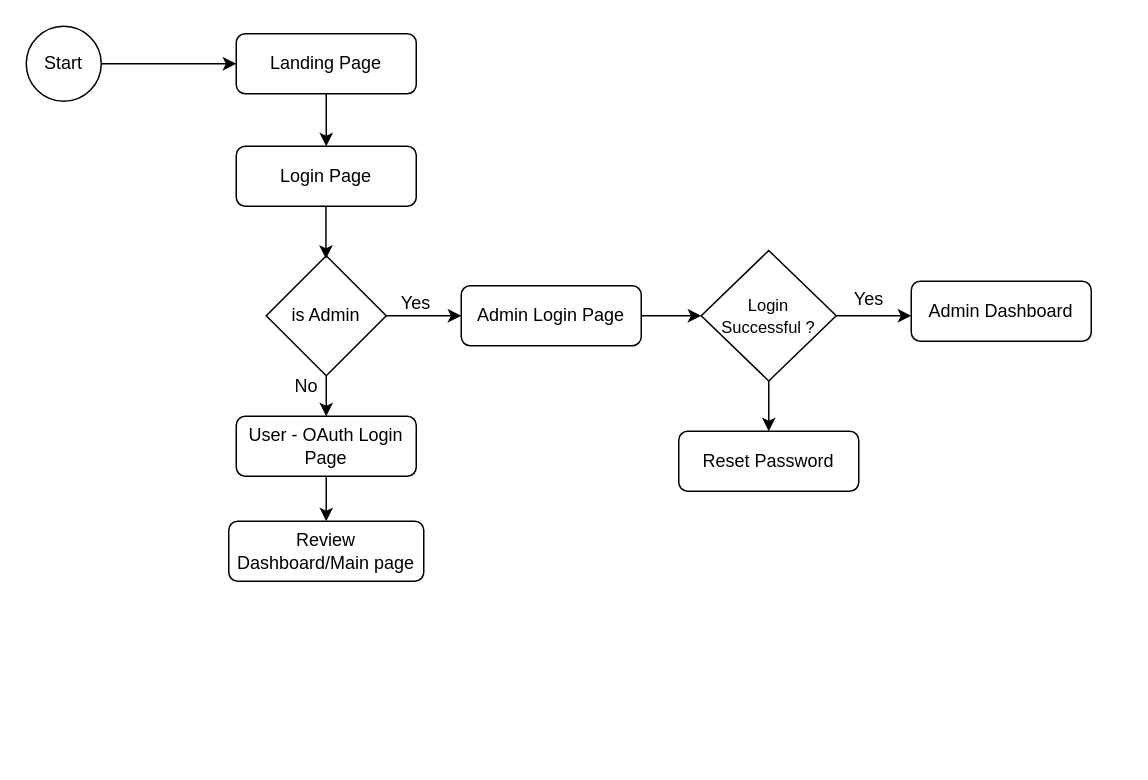
The draw.io diagram reeview-Process-modeling.drawio in aashu-kattel/Sys.-Analysis-Design, before the edit. Source tidied: cells renumbered, new cells numbered last; positions are measured from the earlier drawing's top-left corner, leaving out a move shared by most shapes. Both pictures are drawn from the tidied source at 150%, with x=0, y=0 at pixel (26, 26).
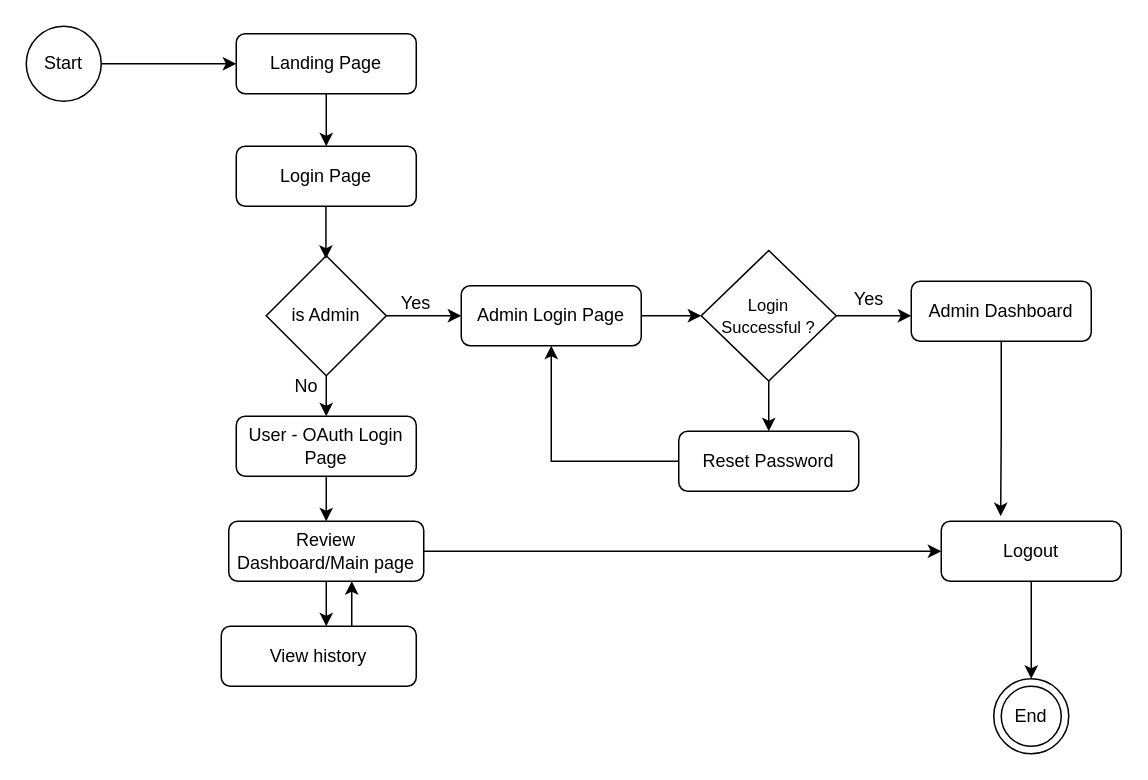
The same diagram, later.

The change refers to these unchanged cells:
```xml
<mxCell id="12" value="Admin Login Page" style="rounded=1;whiteSpace=wrap;html=1;fillColor=none;" parent="1" vertex="1">
  <mxGeometry x="290" y="173" width="120" height="40" as="geometry" />
</mxCell>
<mxCell id="16" value="Review Dashboard/Main page" style="rounded=1;whiteSpace=wrap;html=1;fillColor=none;" parent="1" vertex="1">
  <mxGeometry x="135" y="330" width="130" height="40" as="geometry" />
</mxCell>
<mxCell id="18" value="Admin Dashboard" style="rounded=1;whiteSpace=wrap;html=1;fillColor=none;" parent="1" vertex="1">
  <mxGeometry x="590" y="170" width="120" height="40" as="geometry" />
</mxCell>
<mxCell id="23" value="Reset Password" style="rounded=1;whiteSpace=wrap;html=1;fillColor=none;" parent="1" vertex="1">
  <mxGeometry x="435" y="270" width="120" height="40" as="geometry" />
</mxCell>
```

The edit, as a diff of the source:
```diff
@@
+    <mxCell id="24" style="edgeStyle=orthogonalEdgeStyle;rounded=0;jettySize=auto;html=1;exitX=0.5;exitY=1;exitDx=0;exitDy=0;" parent="1" edge="1" source="16">
+      <mxGeometry relative="1" as="geometry">
+        <mxPoint x="200" y="400" as="targetPoint" />
+        <Array as="points">
+          <mxPoint x="200" y="390" />
+          <mxPoint x="200" y="390" />
+        </Array>
+      </mxGeometry>
+    </mxCell>
+    <mxCell id="25" style="edgeStyle=orthogonalEdgeStyle;rounded=0;jettySize=auto;html=1;" parent="1" edge="1" source="16">
+      <mxGeometry relative="1" as="geometry">
+        <mxPoint x="610" y="350" as="targetPoint" />
+      </mxGeometry>
+    </mxCell>
@@
+    <mxCell id="26" style="edgeStyle=orthogonalEdgeStyle;rounded=0;jettySize=auto;html=1;entryX=0.33;entryY=-0.085;entryDx=0;entryDy=0;entryPerimeter=0;" parent="1" edge="1" source="18" target="31">
+      <mxGeometry relative="1" as="geometry" />
+    </mxCell>
@@
+    <mxCell id="27" style="edgeStyle=orthogonalEdgeStyle;rounded=0;jettySize=auto;html=1;entryX=0.5;entryY=1;entryDx=0;entryDy=0;" parent="1" edge="1" source="23" target="12">
+      <mxGeometry relative="1" as="geometry">
+        <Array as="points">
+          <mxPoint x="350" y="290" />
+        </Array>
+      </mxGeometry>
+    </mxCell>
@@
+    <mxCell id="28" value="View history" style="rounded=1;whiteSpace=wrap;html=1;fillColor=none;" parent="1" vertex="1">
+      <mxGeometry x="130" y="400" width="130" height="40" as="geometry" />
+    </mxCell>
+    <mxCell id="29" style="edgeStyle=orthogonalEdgeStyle;rounded=0;orthogonalLoop=1;jettySize=auto;html=1;exitX=0.5;exitY=1;exitDx=0;exitDy=0;" parent="1" edge="1">
+      <mxGeometry relative="1" as="geometry">
+        <mxPoint x="217" y="400" as="sourcePoint" />
+        <mxPoint x="217" y="370" as="targetPoint" />
+      </mxGeometry>
+    </mxCell>
+    <mxCell id="30" style="edgeStyle=orthogonalEdgeStyle;rounded=0;jettySize=auto;html=1;entryX=0.5;entryY=0;entryDx=0;entryDy=0;" parent="1" edge="1" source="31" target="32">
+      <mxGeometry relative="1" as="geometry" />
+    </mxCell>
+    <mxCell id="31" value="Logout" style="rounded=1;whiteSpace=wrap;html=1;fillColor=none;" parent="1" vertex="1">
+      <mxGeometry x="610" y="330" width="120" height="40" as="geometry" />
+    </mxCell>
+    <mxCell id="32" value="End" style="ellipse;whiteSpace=wrap;html=1;" parent="1" vertex="1">
+      <mxGeometry x="645" y="435" width="50" height="50" as="geometry" />
+    </mxCell>
+    <mxCell id="33" style="ellipse;whiteSpace=wrap;html=1;fillColor=none;" parent="1" vertex="1">
+      <mxGeometry x="650" y="440" width="40" height="40" as="geometry" />
+    </mxCell>
```
